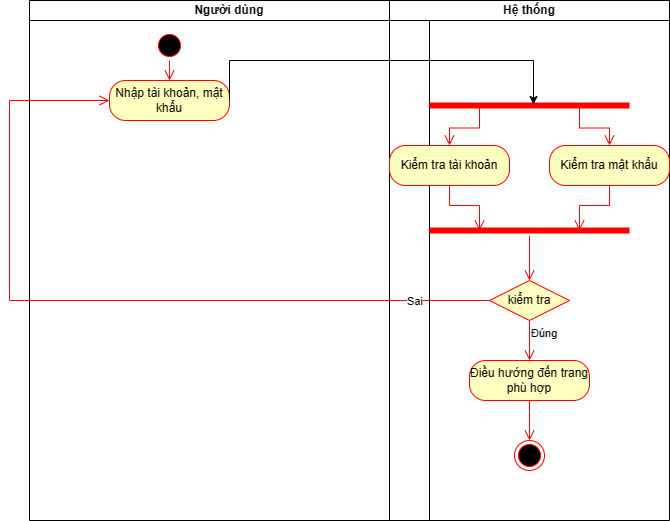
hieuNV0871/da keeps this draw.io diagram as AD/imgs/AD_DANGNHAP.drawio.png. Above is the earlier version. Source tidied: cells renumbered, new cells last; positions are measured from the earlier drawing's top-left corner, leaving out a move shared by most shapes. Its diagram source:
```xml
<mxGraphModel>
  <root>
    <mxCell id="0" />
    <mxCell id="1" parent="0" />
    <mxCell id="2" value="Người dùng" style="swimlane;startSize=20;whiteSpace=wrap;html=1;" parent="1" vertex="1">
      <mxGeometry x="20" width="400" height="520" as="geometry" />
    </mxCell>
    <mxCell id="3" style="ellipse;html=1;shape=startState;fillColor=#000000;strokeColor=#ff0000;" parent="2" vertex="1">
      <mxGeometry x="125" y="30" width="30" height="30" as="geometry" />
    </mxCell>
    <mxCell id="4" style="edgeStyle=orthogonalEdgeStyle;html=1;verticalAlign=bottom;endArrow=open;endSize=8;strokeColor=#ff0000;rounded=0;" parent="2" edge="1" source="3">
      <mxGeometry relative="1" as="geometry">
        <mxPoint x="140" y="80" as="targetPoint" />
      </mxGeometry>
    </mxCell>
    <mxCell id="5" value="Nhập tài khoản, mật khẩu" style="rounded=1;whiteSpace=wrap;html=1;arcSize=40;fontColor=#000000;fillColor=#ffffc0;strokeColor=#ff0000;" parent="2" vertex="1">
      <mxGeometry x="80" y="80" width="120" height="40" as="geometry" />
    </mxCell>
    <mxCell id="6" value="Đúng" style="edgeStyle=orthogonalEdgeStyle;html=1;align=left;verticalAlign=top;endArrow=open;endSize=8;strokeColor=#ff0000;rounded=0;" parent="2" edge="1" source="16">
      <mxGeometry x="-1" relative="1" as="geometry">
        <mxPoint x="500" y="360" as="targetPoint" />
      </mxGeometry>
    </mxCell>
    <mxCell id="7" value="Hệ thống" style="swimlane;startSize=20;whiteSpace=wrap;html=1;" parent="1" vertex="1">
      <mxGeometry x="380" width="280" height="520" as="geometry" />
    </mxCell>
    <mxCell id="8" style="shape=line;html=1;strokeWidth=6;strokeColor=#ff0000;" parent="7" vertex="1">
      <mxGeometry x="40" y="100" width="200" height="10" as="geometry" />
    </mxCell>
    <mxCell id="9" style="edgeStyle=orthogonalEdgeStyle;html=1;verticalAlign=bottom;endArrow=open;endSize=8;strokeColor=#ff0000;rounded=0;entryX=0.5;entryY=0;entryDx=0;entryDy=0;exitX=0.25;exitY=0.5;exitDx=0;exitDy=0;exitPerimeter=0;" parent="7" edge="1" source="8" target="11">
      <mxGeometry relative="1" as="geometry" />
    </mxCell>
    <mxCell id="10" style="edgeStyle=orthogonalEdgeStyle;html=1;verticalAlign=bottom;endArrow=open;endSize=8;strokeColor=#ff0000;rounded=0;entryX=0.5;entryY=0;entryDx=0;entryDy=0;exitX=0.75;exitY=0.5;exitDx=0;exitDy=0;exitPerimeter=0;" parent="7" edge="1" source="8" target="12">
      <mxGeometry relative="1" as="geometry" />
    </mxCell>
    <mxCell id="11" value="Kiểm tra tài khoản" style="rounded=1;whiteSpace=wrap;html=1;arcSize=40;fontColor=#000000;fillColor=#ffffc0;strokeColor=#ff0000;" parent="7" vertex="1">
      <mxGeometry y="145" width="120" height="40" as="geometry" />
    </mxCell>
    <mxCell id="12" value="Kiểm tra mật khẩu" style="rounded=1;whiteSpace=wrap;html=1;arcSize=40;fontColor=#000000;fillColor=#ffffc0;strokeColor=#ff0000;" parent="7" vertex="1">
      <mxGeometry x="160" y="145" width="120" height="40" as="geometry" />
    </mxCell>
    <mxCell id="13" style="edgeStyle=orthogonalEdgeStyle;html=1;verticalAlign=bottom;endArrow=open;endSize=8;strokeColor=#ff0000;rounded=0;exitX=0.5;exitY=1;exitDx=0;exitDy=0;entryX=0.75;entryY=0.5;entryDx=0;entryDy=0;entryPerimeter=0;" parent="7" edge="1" source="12" target="15">
      <mxGeometry relative="1" as="geometry" />
    </mxCell>
    <mxCell id="14" style="edgeStyle=orthogonalEdgeStyle;html=1;verticalAlign=bottom;endArrow=open;endSize=8;strokeColor=#ff0000;rounded=0;exitX=0.5;exitY=1;exitDx=0;exitDy=0;entryX=0.25;entryY=0.5;entryDx=0;entryDy=0;entryPerimeter=0;" parent="7" edge="1" source="11" target="15">
      <mxGeometry relative="1" as="geometry" />
    </mxCell>
    <mxCell id="15" style="shape=line;html=1;strokeWidth=6;strokeColor=#ff0000;" parent="7" vertex="1">
      <mxGeometry x="40" y="225" width="200" height="10" as="geometry" />
    </mxCell>
    <mxCell id="16" value="kiểm tra" style="rhombus;whiteSpace=wrap;html=1;fontColor=#000000;fillColor=#ffffc0;strokeColor=#ff0000;" parent="7" vertex="1">
      <mxGeometry x="100" y="280" width="80" height="40" as="geometry" />
    </mxCell>
    <mxCell id="17" style="edgeStyle=orthogonalEdgeStyle;html=1;verticalAlign=bottom;endArrow=open;endSize=8;strokeColor=#ff0000;rounded=0;entryX=0.5;entryY=0;entryDx=0;entryDy=0;" parent="7" edge="1" source="15" target="16">
      <mxGeometry relative="1" as="geometry" />
    </mxCell>
    <mxCell id="18" value="Điều hướng đến trang phù hợp" style="rounded=1;whiteSpace=wrap;html=1;arcSize=40;fontColor=#000000;fillColor=#ffffc0;strokeColor=#ff0000;" parent="7" vertex="1">
      <mxGeometry x="80" y="360" width="120" height="40" as="geometry" />
    </mxCell>
    <mxCell id="19" style="ellipse;html=1;shape=endState;fillColor=#000000;strokeColor=#ff0000;" parent="7" vertex="1">
      <mxGeometry x="125" y="440" width="30" height="30" as="geometry" />
    </mxCell>
    <mxCell id="20" style="edgeStyle=orthogonalEdgeStyle;html=1;verticalAlign=bottom;endArrow=open;endSize=8;strokeColor=#ff0000;rounded=0;entryX=0.5;entryY=0;entryDx=0;entryDy=0;exitX=0.5;exitY=1;exitDx=0;exitDy=0;" parent="7" edge="1" source="18" target="19">
      <mxGeometry relative="1" as="geometry" />
    </mxCell>
    <mxCell id="21" value="Sai" style="edgeStyle=orthogonalEdgeStyle;html=1;align=left;verticalAlign=bottom;endArrow=open;endSize=8;strokeColor=#ff0000;rounded=0;entryX=0;entryY=0.5;entryDx=0;entryDy=0;exitX=0;exitY=0.5;exitDx=0;exitDy=0;" parent="1" edge="1" source="16" target="5">
      <mxGeometry x="-0.78" y="10" relative="1" as="geometry">
        <Array as="points">
          <mxPoint y="300" />
          <mxPoint y="100" />
        </Array>
        <mxPoint x="1" as="offset" />
      </mxGeometry>
    </mxCell>
    <mxCell id="22" style="edgeStyle=orthogonalEdgeStyle;rounded=0;jettySize=auto;html=1;entryX=0.52;entryY=0.4;entryDx=0;entryDy=0;entryPerimeter=0;exitX=1;exitY=0.5;exitDx=0;exitDy=0;" parent="1" edge="1" source="5" target="8">
      <mxGeometry relative="1" as="geometry">
        <Array as="points">
          <mxPoint x="220" y="60" />
          <mxPoint x="524" y="60" />
        </Array>
      </mxGeometry>
    </mxCell>
  </root>
</mxGraphModel>
```
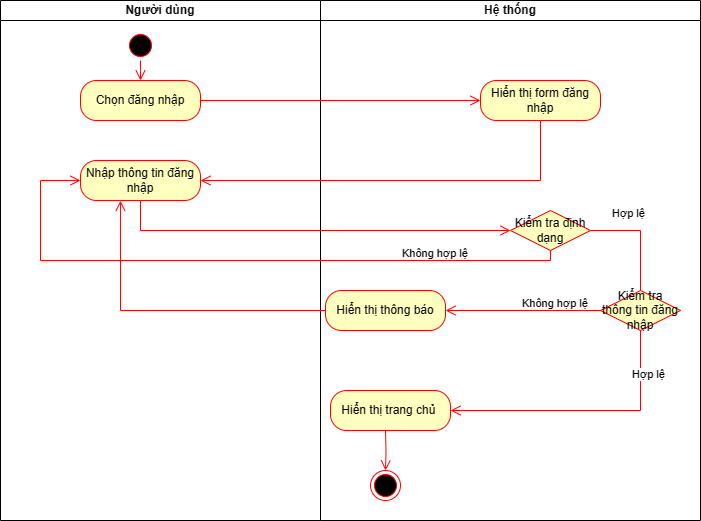
Later version of the same file.

What changed in the source:
```diff
@@ -3,7 +3,7 @@
     <mxCell id="0" />
     <mxCell id="1" parent="0" />
     <mxCell id="2" value="Người dùng" style="swimlane;startSize=20;whiteSpace=wrap;html=1;" parent="1" vertex="1">
-      <mxGeometry x="20" width="400" height="520" as="geometry" />
+      <mxGeometry x="20" width="320" height="520" as="geometry" />
     </mxCell>
     <mxCell id="3" style="ellipse;html=1;shape=startState;fillColor=#000000;strokeColor=#ff0000;" parent="2" vertex="1">
       <mxGeometry x="125" y="30" width="30" height="30" as="geometry" />
@@ -13,72 +13,89 @@
         <mxPoint x="140" y="80" as="targetPoint" />
       </mxGeometry>
     </mxCell>
-    <mxCell id="5" value="Nhập tài khoản, mật khẩu" style="rounded=1;whiteSpace=wrap;html=1;arcSize=40;fontColor=#000000;fillColor=#ffffc0;strokeColor=#ff0000;" parent="2" vertex="1">
+    <mxCell id="5" value="Chọn đăng nhập" style="rounded=1;whiteSpace=wrap;html=1;arcSize=40;fontColor=#000000;fillColor=#ffffc0;strokeColor=#ff0000;" parent="2" vertex="1">
       <mxGeometry x="80" y="80" width="120" height="40" as="geometry" />
     </mxCell>
-    <mxCell id="6" value="Đúng" style="edgeStyle=orthogonalEdgeStyle;html=1;align=left;verticalAlign=top;endArrow=open;endSize=8;strokeColor=#ff0000;rounded=0;" parent="2" edge="1" source="16">
-      <mxGeometry x="-1" relative="1" as="geometry">
-        <mxPoint x="500" y="360" as="targetPoint" />
-      </mxGeometry>
-    </mxCell>
+    <mxCell id="11" value="Nhập thông tin đăng nhập" style="rounded=1;whiteSpace=wrap;html=1;arcSize=40;fontColor=#000000;fillColor=#ffffc0;strokeColor=#ff0000;" parent="2" vertex="1">
+      <mxGeometry x="80" y="160" width="120" height="40" as="geometry" />
+    </mxCell>
+    <mxCell id="23" style="edgeStyle=orthogonalEdgeStyle;html=1;verticalAlign=bottom;endArrow=open;endSize=8;strokeColor=#ff0000;rounded=0;exitX=0.5;exitY=1;exitDx=0;exitDy=0;" parent="2" edge="1" source="11">
+      <mxGeometry relative="1" as="geometry">
+        <mxPoint x="510" y="230" as="targetPoint" />
+        <Array as="points">
+          <mxPoint x="140" y="230" />
+        </Array>
+      </mxGeometry>
+    </mxCell>
     <mxCell id="7" value="Hệ thống" style="swimlane;startSize=20;whiteSpace=wrap;html=1;" parent="1" vertex="1">
-      <mxGeometry x="380" width="280" height="520" as="geometry" />
+      <mxGeometry x="340" width="380" height="520" as="geometry" />
     </mxCell>
-    <mxCell id="8" style="shape=line;html=1;strokeWidth=6;strokeColor=#ff0000;" parent="7" vertex="1">
-      <mxGeometry x="40" y="100" width="200" height="10" as="geometry" />
-    </mxCell>
-    <mxCell id="9" style="edgeStyle=orthogonalEdgeStyle;html=1;verticalAlign=bottom;endArrow=open;endSize=8;strokeColor=#ff0000;rounded=0;entryX=0.5;entryY=0;entryDx=0;entryDy=0;exitX=0.25;exitY=0.5;exitDx=0;exitDy=0;exitPerimeter=0;" parent="7" edge="1" source="8" target="11">
-      <mxGeometry relative="1" as="geometry" />
-    </mxCell>
-    <mxCell id="10" style="edgeStyle=orthogonalEdgeStyle;html=1;verticalAlign=bottom;endArrow=open;endSize=8;strokeColor=#ff0000;rounded=0;entryX=0.5;entryY=0;entryDx=0;entryDy=0;exitX=0.75;exitY=0.5;exitDx=0;exitDy=0;exitPerimeter=0;" parent="7" edge="1" source="8" target="12">
-      <mxGeometry relative="1" as="geometry" />
-    </mxCell>
-    <mxCell id="11" value="Kiểm tra tài khoản" style="rounded=1;whiteSpace=wrap;html=1;arcSize=40;fontColor=#000000;fillColor=#ffffc0;strokeColor=#ff0000;" parent="7" vertex="1">
-      <mxGeometry y="145" width="120" height="40" as="geometry" />
-    </mxCell>
-    <mxCell id="12" value="Kiểm tra mật khẩu" style="rounded=1;whiteSpace=wrap;html=1;arcSize=40;fontColor=#000000;fillColor=#ffffc0;strokeColor=#ff0000;" parent="7" vertex="1">
-      <mxGeometry x="160" y="145" width="120" height="40" as="geometry" />
+    <mxCell id="12" value="Hiển thị form đăng nhập" style="rounded=1;whiteSpace=wrap;html=1;arcSize=40;fontColor=#000000;fillColor=#ffffc0;strokeColor=#ff0000;" parent="7" vertex="1">
+      <mxGeometry x="160" y="80" width="120" height="40" as="geometry" />
     </mxCell>
-    <mxCell id="13" style="edgeStyle=orthogonalEdgeStyle;html=1;verticalAlign=bottom;endArrow=open;endSize=8;strokeColor=#ff0000;rounded=0;exitX=0.5;exitY=1;exitDx=0;exitDy=0;entryX=0.75;entryY=0.5;entryDx=0;entryDy=0;entryPerimeter=0;" parent="7" edge="1" source="12" target="15">
-      <mxGeometry relative="1" as="geometry" />
-    </mxCell>
+    <mxCell id="24" style="edgeStyle=orthogonalEdgeStyle;html=1;verticalAlign=bottom;endArrow=open;endSize=8;strokeColor=#ff0000;rounded=0;" parent="7" edge="1">
+      <mxGeometry relative="1" as="geometry">
+        <mxPoint x="-120" y="100" as="sourcePoint" />
+        <mxPoint x="160" y="100" as="targetPoint" />
+      </mxGeometry>
+    </mxCell>
+    <mxCell id="25" value="Kiểm tra định dạng" style="rhombus;whiteSpace=wrap;html=1;fontColor=#000000;fillColor=#ffffc0;strokeColor=#ff0000;direction=west;" parent="7" vertex="1">
+      <mxGeometry x="190" y="210" width="80" height="40" as="geometry" />
+    </mxCell>
+    <mxCell id="26" value="Hợp lệ" style="edgeStyle=orthogonalEdgeStyle;html=1;align=left;verticalAlign=top;endArrow=open;endSize=8;strokeColor=#ff0000;rounded=0;exitX=0;exitY=0.5;exitDx=0;exitDy=0;" parent="7" edge="1" source="25">
+      <mxGeometry x="-0.76" y="30" relative="1" as="geometry">
+        <mxPoint x="280" y="310" as="targetPoint" />
+        <Array as="points">
+          <mxPoint x="320" y="230" />
+          <mxPoint x="320" y="310" />
+        </Array>
+      </mxGeometry>
+    </mxCell>
+    <mxCell id="27" value="Kiểm tra thông tin đăng nhập" style="rhombus;whiteSpace=wrap;html=1;fontColor=#000000;fillColor=#ffffc0;strokeColor=#ff0000;" parent="7" vertex="1">
+      <mxGeometry x="280" y="290" width="80" height="40" as="geometry" />
+    </mxCell>
+    <mxCell id="28" value="Hiển thị thông báo" style="rounded=1;whiteSpace=wrap;html=1;arcSize=40;fontColor=#000000;fillColor=#ffffc0;strokeColor=#ff0000;" parent="7" vertex="1">
+      <mxGeometry x="5" y="290" width="120" height="40" as="geometry" />
+    </mxCell>
+    <mxCell id="29" value="Không hợp lệ" style="edgeStyle=orthogonalEdgeStyle;html=1;align=left;verticalAlign=top;endArrow=open;endSize=8;strokeColor=#ff0000;rounded=0;entryX=1;entryY=0.5;entryDx=0;entryDy=0;" parent="7" edge="1" source="27" target="28">
+      <mxGeometry x="0.03" y="-20" relative="1" as="geometry" />
+    </mxCell>
+    <mxCell id="30" value="Hiển thị trang chủ&amp;nbsp;" style="rounded=1;whiteSpace=wrap;html=1;arcSize=40;fontColor=#000000;fillColor=#ffffc0;strokeColor=#ff0000;" parent="7" vertex="1">
+      <mxGeometry x="10" y="390" width="120" height="40" as="geometry" />
+    </mxCell>
+    <mxCell id="31" value="Hợp lệ" style="edgeStyle=orthogonalEdgeStyle;html=1;align=left;verticalAlign=top;endArrow=open;endSize=8;strokeColor=#ff0000;rounded=0;exitX=0.5;exitY=1;exitDx=0;exitDy=0;entryX=1;entryY=0.5;entryDx=0;entryDy=0;" parent="7" edge="1" source="27" target="30">
+      <mxGeometry x="-0.77" y="-10" relative="1" as="geometry">
+        <Array as="points">
+          <mxPoint x="320" y="410" />
+        </Array>
+      </mxGeometry>
+    </mxCell>
+    <mxCell id="20" style="edgeStyle=orthogonalEdgeStyle;html=1;verticalAlign=bottom;endArrow=open;endSize=8;strokeColor=#ff0000;rounded=0;entryX=0.5;entryY=0;entryDx=0;entryDy=0;exitX=0.5;exitY=1;exitDx=0;exitDy=0;" parent="7" edge="1" target="19">
+      <mxGeometry relative="1" as="geometry">
+        <mxPoint x="65" y="430" as="sourcePoint" />
+      </mxGeometry>
+    </mxCell>
+    <mxCell id="19" style="ellipse;html=1;shape=endState;fillColor=#000000;strokeColor=#ff0000;" parent="7" vertex="1">
+      <mxGeometry x="50" y="470" width="30" height="30" as="geometry" />
+    </mxCell>
-    <mxCell id="14" style="edgeStyle=orthogonalEdgeStyle;html=1;verticalAlign=bottom;endArrow=open;endSize=8;strokeColor=#ff0000;rounded=0;exitX=0.5;exitY=1;exitDx=0;exitDy=0;entryX=0.25;entryY=0.5;entryDx=0;entryDy=0;entryPerimeter=0;" parent="7" edge="1" source="11" target="15">
+    <mxCell id="14" style="edgeStyle=orthogonalEdgeStyle;html=1;verticalAlign=bottom;endArrow=open;endSize=8;strokeColor=#ff0000;rounded=0;exitX=0.5;exitY=1;exitDx=0;exitDy=0;entryX=1;entryY=0.5;entryDx=0;entryDy=0;" parent="1" edge="1" source="12" target="11">
       <mxGeometry relative="1" as="geometry" />
     </mxCell>
-    <mxCell id="15" style="shape=line;html=1;strokeWidth=6;strokeColor=#ff0000;" parent="7" vertex="1">
-      <mxGeometry x="40" y="225" width="200" height="10" as="geometry" />
-    </mxCell>
-    <mxCell id="16" value="kiểm tra" style="rhombus;whiteSpace=wrap;html=1;fontColor=#000000;fillColor=#ffffc0;strokeColor=#ff0000;" parent="7" vertex="1">
-      <mxGeometry x="100" y="280" width="80" height="40" as="geometry" />
-    </mxCell>
-    <mxCell id="17" style="edgeStyle=orthogonalEdgeStyle;html=1;verticalAlign=bottom;endArrow=open;endSize=8;strokeColor=#ff0000;rounded=0;entryX=0.5;entryY=0;entryDx=0;entryDy=0;" parent="7" edge="1" source="15" target="16">
-      <mxGeometry relative="1" as="geometry" />
-    </mxCell>
-    <mxCell id="18" value="Điều hướng đến trang phù hợp" style="rounded=1;whiteSpace=wrap;html=1;arcSize=40;fontColor=#000000;fillColor=#ffffc0;strokeColor=#ff0000;" parent="7" vertex="1">
-      <mxGeometry x="80" y="360" width="120" height="40" as="geometry" />
-    </mxCell>
-    <mxCell id="19" style="ellipse;html=1;shape=endState;fillColor=#000000;strokeColor=#ff0000;" parent="7" vertex="1">
-      <mxGeometry x="125" y="440" width="30" height="30" as="geometry" />
-    </mxCell>
-    <mxCell id="20" style="edgeStyle=orthogonalEdgeStyle;html=1;verticalAlign=bottom;endArrow=open;endSize=8;strokeColor=#ff0000;rounded=0;entryX=0.5;entryY=0;entryDx=0;entryDy=0;exitX=0.5;exitY=1;exitDx=0;exitDy=0;" parent="7" edge="1" source="18" target="19">
-      <mxGeometry relative="1" as="geometry" />
-    </mxCell>
-    <mxCell id="21" value="Sai" style="edgeStyle=orthogonalEdgeStyle;html=1;align=left;verticalAlign=bottom;endArrow=open;endSize=8;strokeColor=#ff0000;rounded=0;entryX=0;entryY=0.5;entryDx=0;entryDy=0;exitX=0;exitY=0.5;exitDx=0;exitDy=0;" parent="1" edge="1" source="16" target="5">
-      <mxGeometry x="-0.78" y="10" relative="1" as="geometry">
-        <Array as="points">
-          <mxPoint y="300" />
-          <mxPoint y="100" />
-        </Array>
-        <mxPoint x="1" as="offset" />
-      </mxGeometry>
-    </mxCell>
-    <mxCell id="22" style="edgeStyle=orthogonalEdgeStyle;rounded=0;jettySize=auto;html=1;entryX=0.52;entryY=0.4;entryDx=0;entryDy=0;entryPerimeter=0;exitX=1;exitY=0.5;exitDx=0;exitDy=0;" parent="1" edge="1" source="5" target="8">
-      <mxGeometry relative="1" as="geometry">
-        <Array as="points">
-          <mxPoint x="220" y="60" />
-          <mxPoint x="524" y="60" />
-        </Array>
-      </mxGeometry>
-    </mxCell>
+    <mxCell id="32" value="Không hợp lệ" style="edgeStyle=orthogonalEdgeStyle;html=1;align=left;verticalAlign=top;endArrow=open;endSize=8;strokeColor=#ff0000;rounded=0;exitX=0.5;exitY=0;exitDx=0;exitDy=0;entryX=0;entryY=0.5;entryDx=0;entryDy=0;" parent="1" edge="1" source="25" target="11">
+      <mxGeometry x="-0.5" y="-20" relative="1" as="geometry">
+        <Array as="points">
+          <mxPoint x="570" y="260" />
+          <mxPoint x="60" y="260" />
+          <mxPoint x="60" y="180" />
+        </Array>
+      </mxGeometry>
+    </mxCell>
+    <mxCell id="33" style="edgeStyle=orthogonalEdgeStyle;html=1;verticalAlign=bottom;endArrow=open;endSize=8;strokeColor=#ff0000;rounded=0;entryX=0.333;entryY=1.006;entryDx=0;entryDy=0;entryPerimeter=0;exitX=0;exitY=0.5;exitDx=0;exitDy=0;" parent="1" edge="1" source="28" target="11">
+      <mxGeometry relative="1" as="geometry">
+        <Array as="points">
+          <mxPoint x="140" y="310" />
+        </Array>
+      </mxGeometry>
+    </mxCell>
   </root>
 </mxGraphModel>
```
